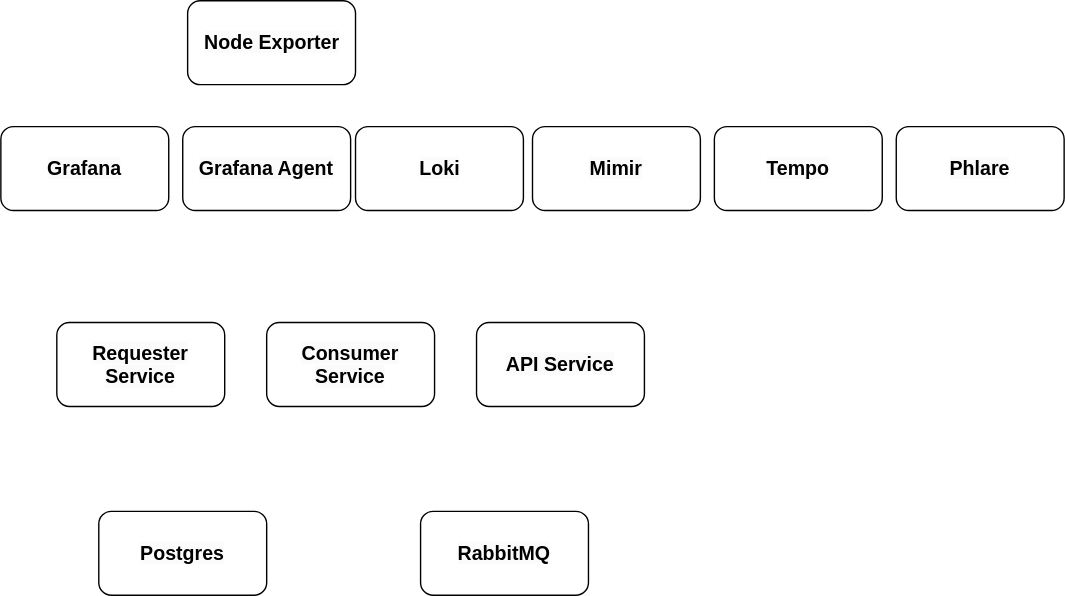
Earlier version of the draw.io export images/mlt_arch.svg (jamesvrooney-spring-boot-observability/intro-to-mlt). Source tidied: cells renumbered, new cells last; positions are measured from the earlier drawing's top-left corner, leaving out a move shared by most shapes.
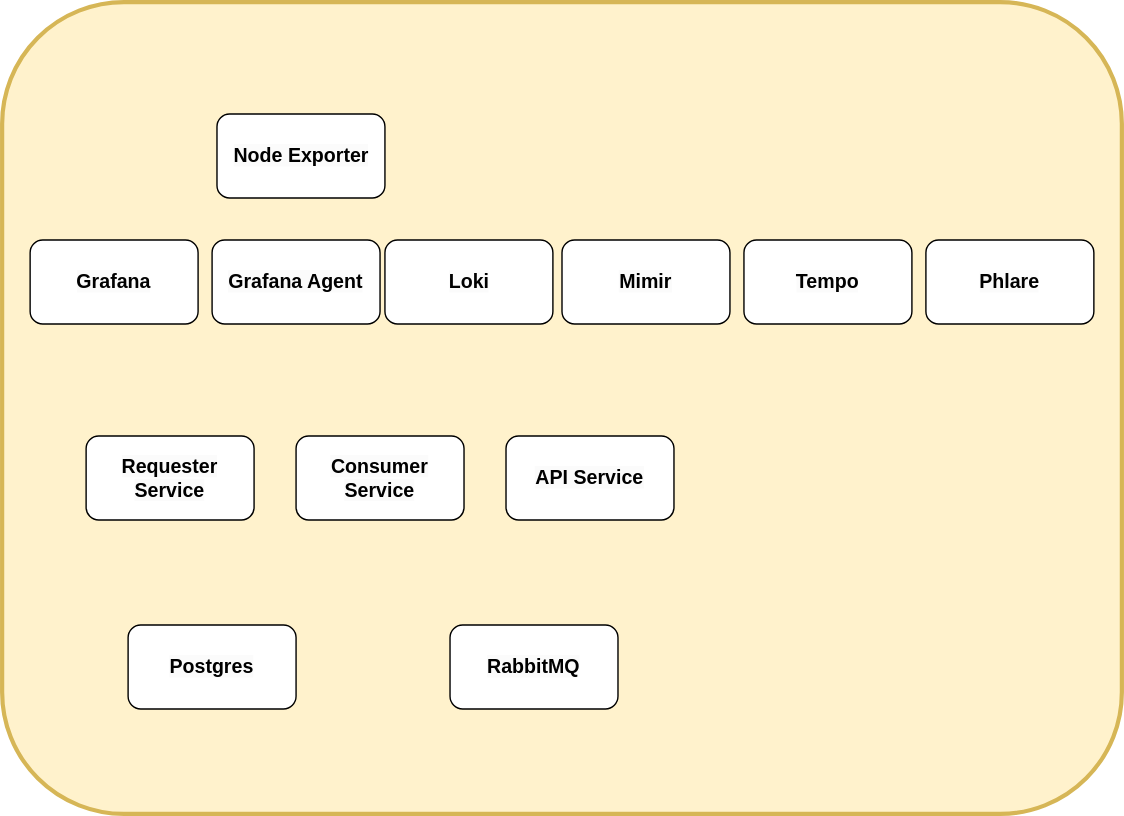
The same file after the commit.

Commit message:
Updated architectural diagram.

What changed in the source:
```diff
@@ -2,6 +2,9 @@
   <root>
     <mxCell id="0" />
     <mxCell id="1" parent="0" />
+    <mxCell id="14" style="rounded=1;whiteSpace=wrap;html=1;fontSize=13;glass=0;perimeterSpacing=7;strokeWidth=3;fillColor=#fff2cc;strokeColor=#d6b656;" parent="1" vertex="1">
+      <mxGeometry x="-20" y="-80" width="800" height="580" as="geometry" />
+    </mxCell>
     <mxCell id="2" value="&lt;span style=&quot;color: rgb(0, 0, 0); font-family: Helvetica; font-size: 14px; font-style: normal; font-variant-ligatures: normal; font-variant-caps: normal; font-weight: 700; letter-spacing: normal; orphans: 2; text-align: center; text-indent: 0px; text-transform: none; widows: 2; word-spacing: 0px; -webkit-text-stroke-width: 0px; background-color: rgb(251, 251, 251); text-decoration-thickness: initial; text-decoration-style: initial; text-decoration-color: initial; float: none; display: inline !important;&quot;&gt;Grafana Agent&lt;/span&gt;" style="rounded=1;whiteSpace=wrap;html=1;" parent="1" vertex="1">
       <mxGeometry x="130" y="90" width="120" height="60" as="geometry" />
     </mxCell>
```
